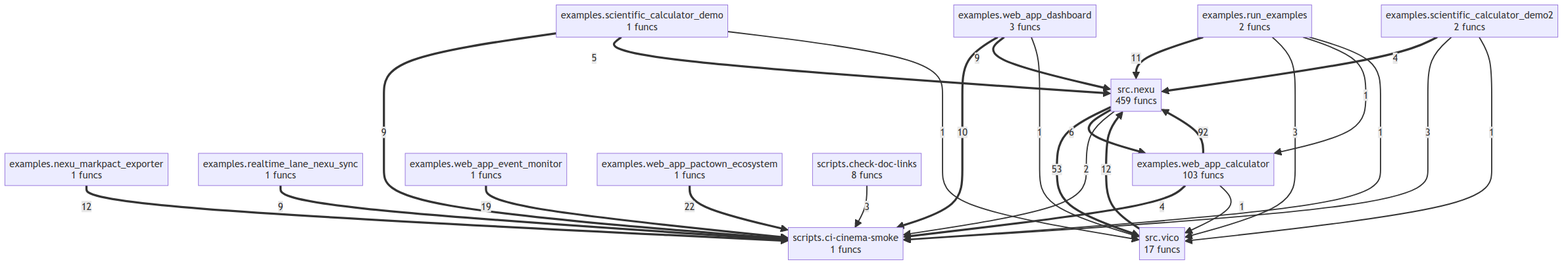
Above: project/compact_flow.png in autogrammar/nexu (Mermaid), before the change. Its source is kept beside it as project/compact_flow.mmd.
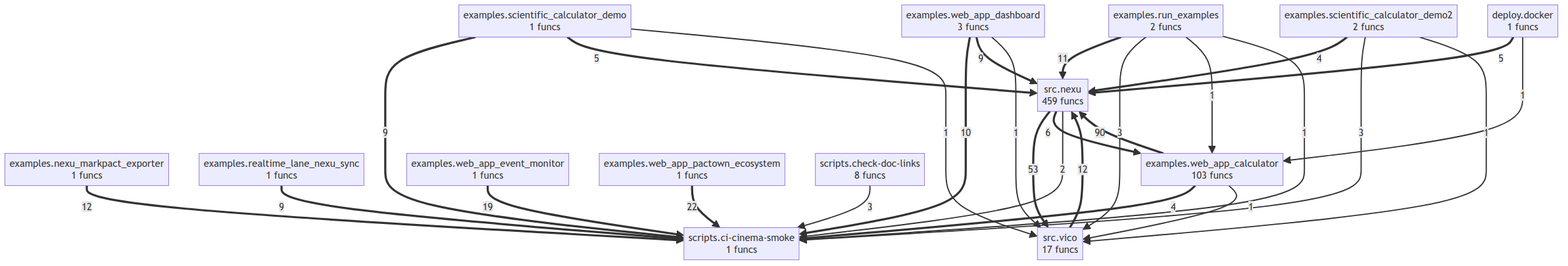
Above is the later version.

The edit, as a diff of the source:
```diff
@@ -1,4 +1,5 @@
 flowchart TD
+    deploy__docker["deploy.docker<br/>1 funcs"]
     examples__nexu_markpact_exporter["examples.nexu_markpact_exporter<br/>1 funcs"]
     examples__realtime_lane_nexu_sync["examples.realtime_lane_nexu_sync<br/>1 funcs"]
     examples__run_examples["examples.run_examples<br/>2 funcs"]
@@ -12,7 +13,7 @@
     scripts__ci_cinema_smoke["scripts.ci-cinema-smoke<br/>1 funcs"]
     src__nexu["src.nexu<br/>459 funcs"]
     src__vico["src.vico<br/>17 funcs"]
-    examples__web_app_calculator ==>|92| src__nexu
+    examples__web_app_calculator ==>|90| src__nexu
     src__nexu ==>|53| src__vico
     examples__web_app_pactown_ecosystem ==>|22| scripts__ci_cinema_smoke
     examples__web_app_event_monitor ==>|19| scripts__ci_cinema_smoke
@@ -25,6 +26,7 @@
     examples__web_app_dashboard ==>|9| src__nexu
     src__nexu ==>|6| examples__web_app_calculator
     examples__scientific_calculator_demo ==>|5| src__nexu
+    deploy__docker ==>|5| src__nexu
     examples__scientific_calculator_demo2 ==>|4| src__nexu
     examples__web_app_calculator ==>|4| scripts__ci_cinema_smoke
     examples__run_examples -->|3| src__vico
@@ -37,3 +39,4 @@
     examples__scientific_calculator_demo2 -->|1| src__vico
     examples__web_app_calculator -->|1| src__vico
     examples__web_app_dashboard -->|1| src__vico
+    deploy__docker -->|1| examples__web_app_calculator
```
